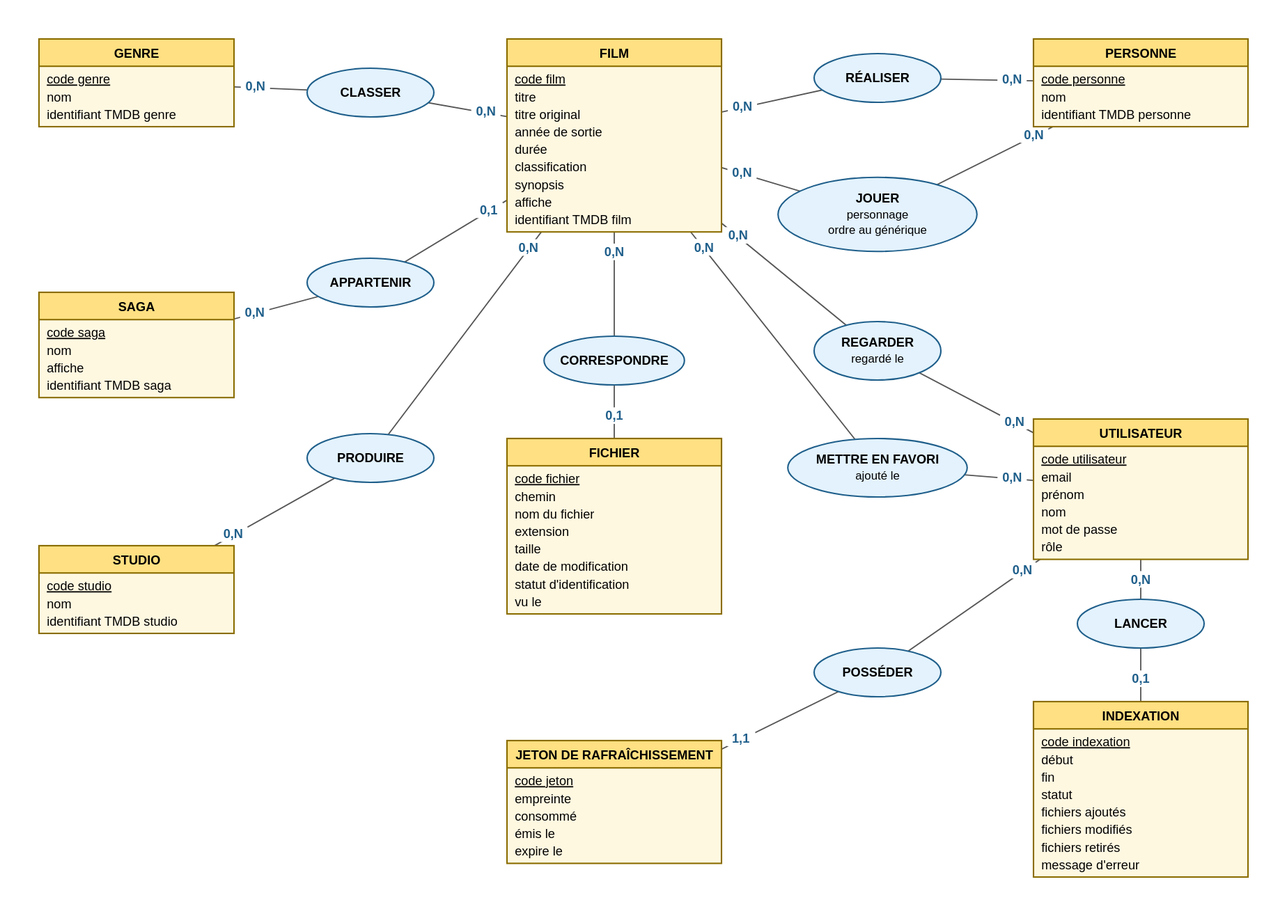
Earlier version of the draw.io export docs/conception/merise/mcd.drawio.svg (DimitryDereppe/shub-index). Source tidied: cells renumbered, new cells last; positions are measured from the earlier drawing's top-left corner, leaving out a move shared by most shapes.
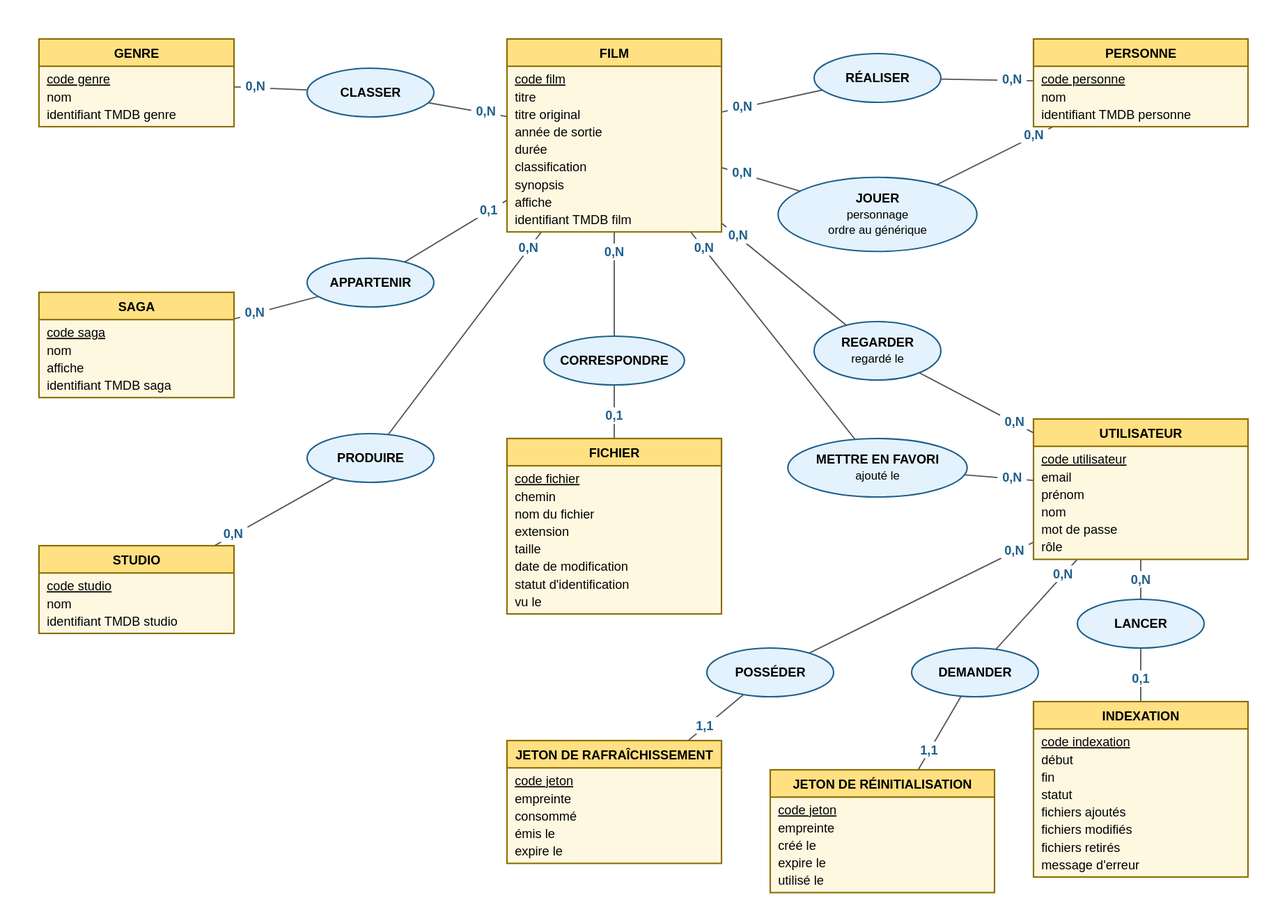
After the change.

What changed in the source:
```diff
@@ -26,6 +26,9 @@
     <mxCell id="9" value="&lt;b&gt;JETON DE RAFRAÎCHISSEMENT&lt;/b&gt;&lt;hr&gt;&lt;u&gt;code jeton&lt;/u&gt;&lt;br&gt;empreinte&lt;br&gt;consommé&lt;br&gt;émis le&lt;br&gt;expire le" style="rounded=0;whiteSpace=wrap;html=1;align=left;verticalAlign=top;spacingLeft=6;fillColor=#fff8e1;strokeColor=#8a6d00;fontFamily=Helvetica;" parent="1" vertex="1">
       <mxGeometry x="480" y="720" width="220" height="126" as="geometry" />
     </mxCell>
+    <mxCell id="41" value="&lt;b&gt;JETON DE RÉINITIALISATION&lt;/b&gt;&lt;hr&gt;&lt;u&gt;code jeton&lt;/u&gt;&lt;br&gt;empreinte&lt;br&gt;créé le&lt;br&gt;expire le&lt;br&gt;utilisé le" style="rounded=0;whiteSpace=wrap;html=1;align=left;verticalAlign=top;spacingLeft=6;fillColor=#fff8e1;strokeColor=#8a6d00;fontFamily=Helvetica;" parent="1" vertex="1">
+      <mxGeometry x="750" y="750" width="230" height="126" as="geometry" />
+    </mxCell>
     <mxCell id="10" value="&lt;b&gt;INDEXATION&lt;/b&gt;&lt;hr&gt;&lt;u&gt;code indexation&lt;/u&gt;&lt;br&gt;début&lt;br&gt;fin&lt;br&gt;statut&lt;br&gt;fichiers ajoutés&lt;br&gt;fichiers modifiés&lt;br&gt;fichiers retirés&lt;br&gt;message d&amp;#x27;erreur" style="rounded=0;whiteSpace=wrap;html=1;align=left;verticalAlign=top;spacingLeft=6;fillColor=#fff8e1;strokeColor=#8a6d00;fontFamily=Helvetica;" parent="1" vertex="1">
       <mxGeometry x="1020" y="680" width="220" height="180" as="geometry" />
     </mxCell>
@@ -102,7 +105,7 @@
       <mxGeometry x="-0.7" relative="1" as="geometry" />
     </mxCell>
     <mxCell id="35" value="&lt;b&gt;POSSÉDER&lt;/b&gt;" style="ellipse;whiteSpace=wrap;html=1;fillColor=#e3f2fd;strokeColor=#1f5f8b;fontFamily=Helvetica;" parent="1" vertex="1">
-      <mxGeometry x="795" y="625" width="130" height="50" as="geometry" />
+      <mxGeometry x="685" y="625" width="130" height="50" as="geometry" />
     </mxCell>
     <mxCell id="36" value="0,N" style="endArrow=none;html=1;fontStyle=1;fontColor=#1f5f8b;labelBackgroundColor=#ffffff;" parent="1" edge="1" source="8" target="35">
       <mxGeometry x="-0.7" relative="1" as="geometry" />
@@ -110,6 +113,15 @@
     <mxCell id="37" value="1,1" style="endArrow=none;html=1;fontStyle=1;fontColor=#1f5f8b;labelBackgroundColor=#ffffff;" parent="1" edge="1" source="9" target="35">
       <mxGeometry x="-0.7" relative="1" as="geometry" />
     </mxCell>
+    <mxCell id="42" value="&lt;b&gt;DEMANDER&lt;/b&gt;" style="ellipse;whiteSpace=wrap;html=1;fillColor=#e3f2fd;strokeColor=#1f5f8b;fontFamily=Helvetica;" parent="1" vertex="1">
+      <mxGeometry x="895" y="625" width="130" height="50" as="geometry" />
+    </mxCell>
+    <mxCell id="43" value="0,N" style="endArrow=none;html=1;fontStyle=1;fontColor=#1f5f8b;labelBackgroundColor=#ffffff;" parent="1" edge="1" source="8" target="42">
+      <mxGeometry x="-0.7" relative="1" as="geometry" />
+    </mxCell>
+    <mxCell id="44" value="1,1" style="endArrow=none;html=1;fontStyle=1;fontColor=#1f5f8b;labelBackgroundColor=#ffffff;" parent="1" edge="1" source="41" target="42">
+      <mxGeometry x="-0.7" relative="1" as="geometry" />
+    </mxCell>
     <mxCell id="38" value="&lt;b&gt;LANCER&lt;/b&gt;" style="ellipse;whiteSpace=wrap;html=1;fillColor=#e3f2fd;strokeColor=#1f5f8b;fontFamily=Helvetica;" parent="1" vertex="1">
       <mxGeometry x="1065" y="575" width="130" height="50" as="geometry" />
     </mxCell>
```
